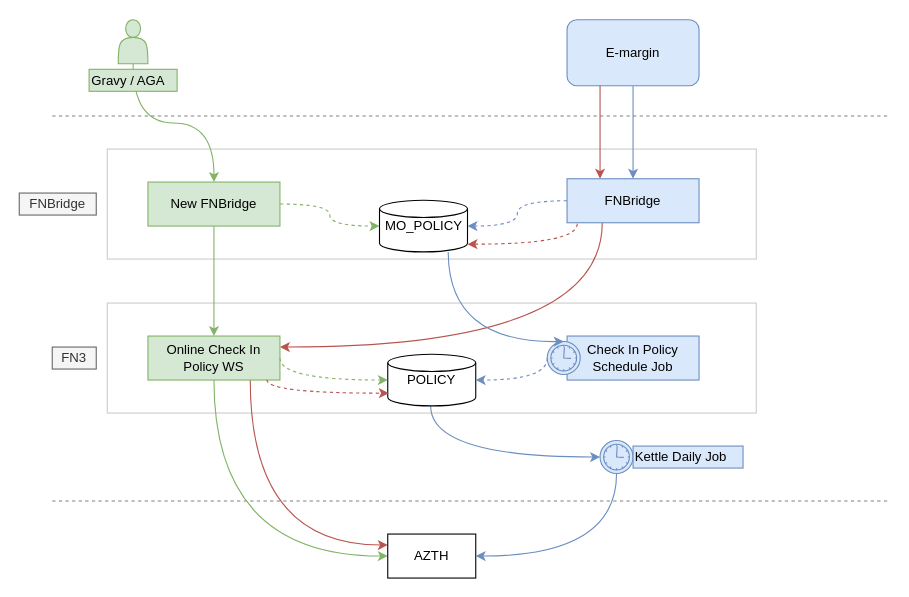
This is AZTH-NewFNBridgeAPI.drawio from phatcharalaw/my-doc, a draw.io file, before an edit. Source tidied: cells renumbered, new cells numbered last; positions are measured from the earlier drawing's top-left corner, leaving out a move shared by most shapes. Both pictures are drawn from the tidied source at 110%, with x=0, y=0 at pixel (19, 19).
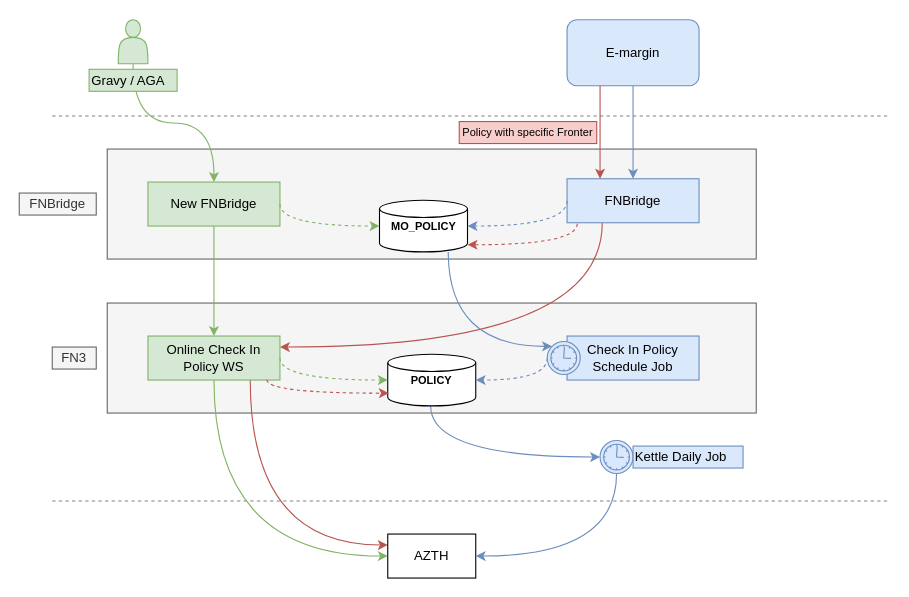
The same page after the edit.

Unchanged cells that the change refers to:
```xml
<mxCell id="12" value="New FNBridge" style="rounded=0;whiteSpace=wrap;html=1;fillColor=#d5e8d4;strokeColor=#82b366;" parent="1" vertex="1">
  <mxGeometry x="117" y="148" width="120" height="40" as="geometry" />
</mxCell>
<mxCell id="14" value="FNBridge" style="rounded=0;whiteSpace=wrap;html=1;fillColor=#dae8fc;strokeColor=#6c8ebf;" parent="1" vertex="1">
  <mxGeometry x="498" y="145" width="120" height="40" as="geometry" />
</mxCell>
<mxCell id="19" style="shape=mxgraph.bpmn.shape;html=1;verticalLabelPosition=bottom;labelBackgroundColor=#ffffff;verticalAlign=top;align=center;perimeter=ellipsePerimeter;outlineConnect=0;outline=standard;symbol=timer;fillColor=#dae8fc;strokeColor=#6c8ebf;" parent="1" vertex="1">
  <mxGeometry x="480" y="293" width="30" height="30" as="geometry" />
</mxCell>
```

Diff of the diagram source:
```diff
@@
-    <mxCell id="2" style="rounded=0;whiteSpace=wrap;html=1;strokeColor=#CCCCCC;" parent="1" vertex="1">
+    <mxCell id="2" style="rounded=0;whiteSpace=wrap;html=1;strokeColor=#666666;fillColor=#f5f5f5;fontColor=#333333;" parent="1" vertex="1">
       <mxGeometry x="80" y="258" width="590" height="100" as="geometry" />
     </mxCell>
-    <mxCell id="3" style="rounded=0;whiteSpace=wrap;html=1;strokeColor=#CCCCCC;" parent="1" vertex="1">
+    <mxCell id="3" style="rounded=0;whiteSpace=wrap;html=1;strokeColor=#666666;fillColor=#f5f5f5;fontColor=#333333;" parent="1" vertex="1">
       <mxGeometry x="80" y="118" width="590" height="100" as="geometry" />
     </mxCell>
@@
-    <mxCell id="20" style="edgeStyle=orthogonalEdgeStyle;curved=1;rounded=0;jettySize=auto;html=1;entryX=0.5;entryY=0;entryDx=0;entryDy=0;fillColor=#dae8fc;strokeColor=#6c8ebf;" parent="1" edge="1" source="21" target="19">
+    <mxCell id="20" style="edgeStyle=orthogonalEdgeStyle;curved=1;rounded=0;jettySize=auto;html=1;entryX=0.145;entryY=0.145;entryDx=0;entryDy=0;fillColor=#dae8fc;strokeColor=#6c8ebf;entryPerimeter=0;" parent="1" edge="1" source="21" target="19">
       <mxGeometry relative="1" as="geometry">
         <Array as="points">
-          <mxPoint x="390" y="294" />
+          <mxPoint x="390" y="297" />
         </Array>
       </mxGeometry>
     </mxCell>
-    <mxCell id="21" value="MO_POLICY" style="strokeWidth=1;html=1;shape=mxgraph.flowchart.database;whiteSpace=wrap;" parent="1" vertex="1">
+    <mxCell id="21" value="MO_POLICY" style="strokeWidth=1;html=1;shape=mxgraph.flowchart.database;whiteSpace=wrap;fontSize=10;fontStyle=1;" parent="1" vertex="1">
       <mxGeometry x="327.5" y="164.5" width="80" height="47" as="geometry" />
     </mxCell>
@@
-    <mxCell id="24" value="POLICY" style="strokeWidth=1;html=1;shape=mxgraph.flowchart.database;whiteSpace=wrap;" parent="1" vertex="1">
+    <mxCell id="24" value="POLICY" style="strokeWidth=1;html=1;shape=mxgraph.flowchart.database;whiteSpace=wrap;fontSize=10;fontStyle=1;" parent="1" vertex="1">
       <mxGeometry x="335" y="304.5" width="80" height="47" as="geometry" />
     </mxCell>
@@
     <mxCell id="30" style="endArrow=classic;html=1;entryX=0;entryY=0.5;entryDx=0;entryDy=0;entryPerimeter=0;exitX=1;exitY=0.5;exitDx=0;exitDy=0;edgeStyle=orthogonalEdgeStyle;curved=1;fillColor=#d5e8d4;strokeColor=#82b366;dashed=1;" parent="1" edge="1" source="12" target="21">
-      <mxGeometry relative="1" as="geometry" />
+      <mxGeometry relative="1" as="geometry">
+        <Array as="points">
+          <mxPoint x="237" y="188" />
+        </Array>
+      </mxGeometry>
     </mxCell>
     <mxCell id="31" style="endArrow=classic;html=1;entryX=1;entryY=0.5;entryDx=0;entryDy=0;entryPerimeter=0;exitX=0;exitY=0.5;exitDx=0;exitDy=0;edgeStyle=orthogonalEdgeStyle;curved=1;fillColor=#dae8fc;strokeColor=#6c8ebf;dashed=1;" parent="1" edge="1" source="14" target="21">
-      <mxGeometry relative="1" as="geometry" />
+      <mxGeometry relative="1" as="geometry">
+        <Array as="points">
+          <mxPoint x="498" y="188" />
+        </Array>
+      </mxGeometry>
     </mxCell>
@@
-    <mxCell id="35" style="endArrow=classic;html=1;dashed=1;strokeColor=#b85450;entryX=1;entryY=0.85;entryDx=0;entryDy=0;entryPerimeter=0;exitX=0.077;exitY=1.024;exitDx=0;exitDy=0;exitPerimeter=0;fillColor=#f8cecc;edgeStyle=orthogonalEdgeStyle;curved=1;" parent="1" edge="1" source="14" target="21">
-      <mxGeometry relative="1" as="geometry" />
+    <mxCell id="35" style="endArrow=classic;html=1;dashed=1;strokeColor=#b85450;exitX=0.077;exitY=1.024;exitDx=0;exitDy=0;exitPerimeter=0;fillColor=#f8cecc;edgeStyle=orthogonalEdgeStyle;curved=1;" parent="1" edge="1" source="14" target="21">
+      <mxGeometry relative="1" as="geometry">
+        <Array as="points">
+          <mxPoint x="507" y="205" />
+        </Array>
+      </mxGeometry>
     </mxCell>
@@
+    <mxCell id="37" value="Policy with specific Fronter" style="text;html=1;strokeColor=#b85450;fillColor=#f8cecc;align=center;verticalAlign=middle;whiteSpace=wrap;rounded=0;fontSize=10;" parent="1" vertex="1">
+      <mxGeometry x="400" y="93" width="125" height="20" as="geometry" />
+    </mxCell>
```
